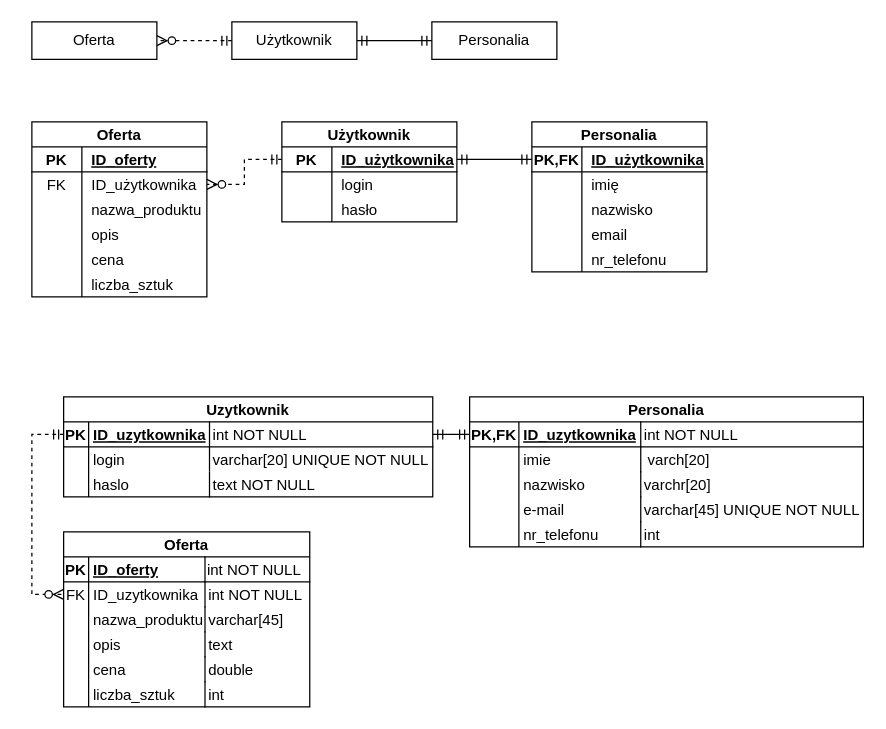
This is Rys03/db.drawio from MrMjuKi/PracaDyplomowa, a draw.io file, before an edit. Source tidied: cells renumbered, new cells numbered last; positions are measured from the earlier drawing's top-left corner, leaving out a move shared by most shapes. Both pictures are drawn from the tidied source at 125%, with x=0, y=0 at pixel (31, 21).
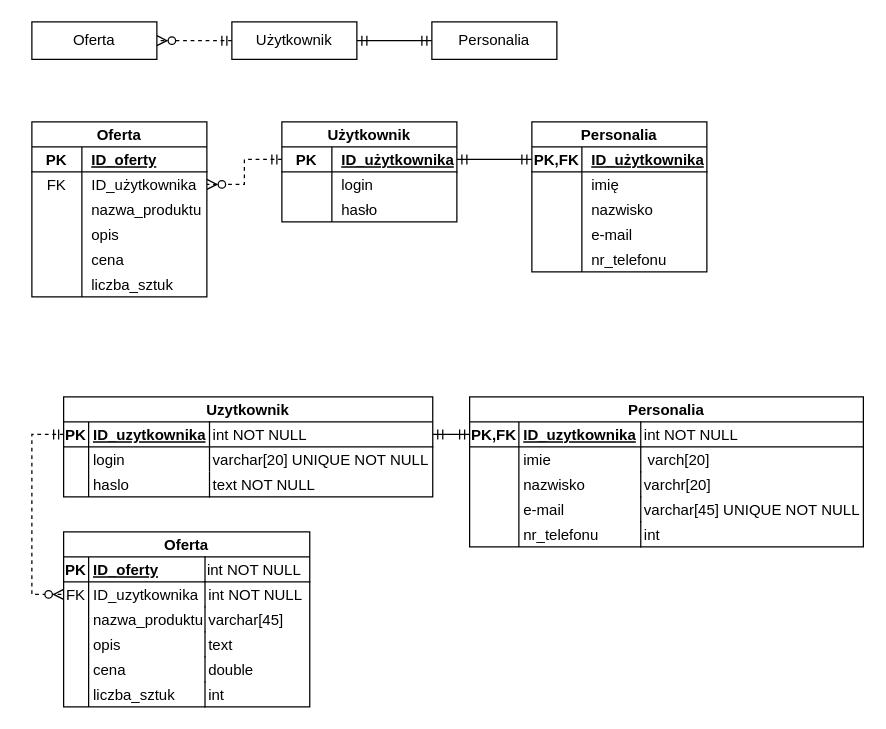
The same diagram, later.

Commit message:
Jeszcze raz aktualizacja źródła rysunku

The change refers to these unchanged cells:
```xml
<mxCell id="27" style="shape=tableRow;horizontal=0;startSize=0;swimlaneHead=0;swimlaneBody=0;fillColor=none;top=0;left=0;right=0;bottom=0;" parent="17" vertex="1">
  <mxGeometry y="80" width="140" height="20" as="geometry" />
</mxCell>
```

Change to the diagram source:
```diff
@@
-    <mxCell id="29" value="email" style="shape=partialRectangle;fillColor=none;top=0;left=0;bottom=0;right=0;align=left;spacingLeft=6;overflow=hidden;" parent="27" vertex="1">
+    <mxCell id="29" value="e-mail" style="shape=partialRectangle;fillColor=none;top=0;left=0;bottom=0;right=0;align=left;spacingLeft=6;overflow=hidden;" parent="27" vertex="1">
       <mxGeometry x="40" width="100" height="20" as="geometry" />
     </mxCell>
```
